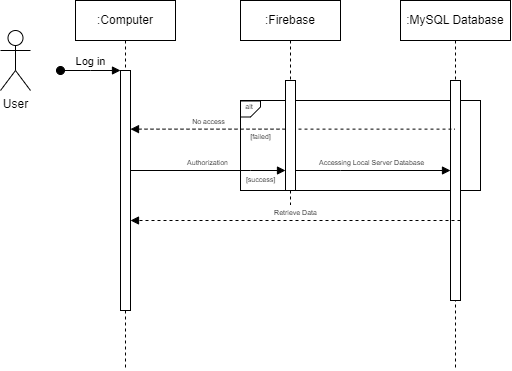
Before: documents/Diagrams/SequenceDiagram.png, a diagram exported from draw.io (Ahmed-Waseem77/valuni). Source tidied: cells renumbered, new cells last; positions are measured from the earlier drawing's top-left corner, leaving out a move shared by most shapes. The source it was exported from:
```xml
<mxGraphModel>
  <root>
    <mxCell id="0" />
    <mxCell id="1" parent="0" />
    <mxCell id="2" style="rounded=0;whiteSpace=wrap;html=1;fillColor=none;" parent="1" vertex="1">
      <mxGeometry x="240" y="100" width="240" height="90" as="geometry" />
    </mxCell>
    <mxCell id="3" value=":Computer" style="shape=umlLifeline;perimeter=lifelinePerimeter;whiteSpace=wrap;html=1;newEdgeStyle={&quot;edgeStyle&quot;:&quot;elbowEdgeStyle&quot;,&quot;elbow&quot;:&quot;vertical&quot;,&quot;curved&quot;:0,&quot;rounded&quot;:0};" parent="1" vertex="1">
      <mxGeometry x="75" width="100" height="370" as="geometry" />
    </mxCell>
    <mxCell id="4" style="html=1;points=[];perimeter=orthogonalPerimeter;outlineConnect=0;targetShapes=umlLifeline;portConstraint=eastwest;newEdgeStyle={&quot;edgeStyle&quot;:&quot;elbowEdgeStyle&quot;,&quot;elbow&quot;:&quot;vertical&quot;,&quot;curved&quot;:0,&quot;rounded&quot;:0};" parent="3" vertex="1">
      <mxGeometry x="45" y="70" width="10" height="240" as="geometry" />
    </mxCell>
    <mxCell id="5" value="Log in" style="html=1;verticalAlign=bottom;startArrow=oval;endArrow=block;startSize=8;edgeStyle=elbowEdgeStyle;elbow=vertical;curved=0;rounded=0;" parent="3" edge="1" target="4">
      <mxGeometry relative="1" as="geometry">
        <mxPoint x="-15" y="70" as="sourcePoint" />
      </mxGeometry>
    </mxCell>
    <mxCell id="6" value=":Firebase" style="shape=umlLifeline;perimeter=lifelinePerimeter;whiteSpace=wrap;html=1;newEdgeStyle={&quot;edgeStyle&quot;:&quot;elbowEdgeStyle&quot;,&quot;elbow&quot;:&quot;vertical&quot;,&quot;curved&quot;:0,&quot;rounded&quot;:0};" parent="1" vertex="1">
      <mxGeometry x="240" width="100" height="210" as="geometry" />
    </mxCell>
    <mxCell id="7" style="html=1;points=[];perimeter=orthogonalPerimeter;outlineConnect=0;targetShapes=umlLifeline;portConstraint=eastwest;newEdgeStyle={&quot;edgeStyle&quot;:&quot;elbowEdgeStyle&quot;,&quot;elbow&quot;:&quot;vertical&quot;,&quot;curved&quot;:0,&quot;rounded&quot;:0};" parent="6" vertex="1">
      <mxGeometry x="45" y="80" width="10" height="110" as="geometry" />
    </mxCell>
    <mxCell id="8" value="&lt;font style=&quot;font-size: 7px;&quot;&gt;Authorization&lt;/font&gt;" style="html=1;verticalAlign=bottom;endArrow=block;edgeStyle=elbowEdgeStyle;elbow=vertical;curved=0;rounded=0;" parent="1" edge="1" source="4" target="7">
      <mxGeometry relative="1" as="geometry">
        <Array as="points">
          <mxPoint x="250" y="170" />
          <mxPoint x="230" y="150" />
          <mxPoint x="215" y="80" />
        </Array>
      </mxGeometry>
    </mxCell>
    <mxCell id="9" value="User" style="shape=umlActor;verticalLabelPosition=bottom;verticalAlign=top;html=1;" parent="1" vertex="1">
      <mxGeometry y="30" width="30" height="60" as="geometry" />
    </mxCell>
    <mxCell id="10" value=":MySQL Database" style="shape=umlLifeline;perimeter=lifelinePerimeter;whiteSpace=wrap;html=1;outlineConnect=0;portConstraint=eastwest;newEdgeStyle={&quot;edgeStyle&quot;:&quot;elbowEdgeStyle&quot;,&quot;elbow&quot;:&quot;vertical&quot;,&quot;curved&quot;:0,&quot;rounded&quot;:0};" parent="1" vertex="1">
      <mxGeometry x="400" width="110" height="370" as="geometry" />
    </mxCell>
    <mxCell id="11" style="html=1;points=[];perimeter=orthogonalPerimeter;outlineConnect=0;targetShapes=umlLifeline;portConstraint=eastwest;newEdgeStyle={&quot;edgeStyle&quot;:&quot;elbowEdgeStyle&quot;,&quot;elbow&quot;:&quot;vertical&quot;,&quot;curved&quot;:0,&quot;rounded&quot;:0};" parent="10" vertex="1">
      <mxGeometry x="50" y="80" width="10" height="220" as="geometry" />
    </mxCell>
    <mxCell id="12" value="&lt;h1 style=&quot;line-height: 10%;&quot;&gt;&lt;br&gt;&lt;/h1&gt;" style="shape=card;whiteSpace=wrap;html=1;fillColor=none;rotation=-90;flipH=0;flipV=1;size=10;fontStyle=4;direction=east;" parent="1" vertex="1">
      <mxGeometry x="242" y="98.5" width="16" height="20" as="geometry" />
    </mxCell>
    <mxCell id="13" value="&lt;font style=&quot;font-size: 7px;&quot;&gt;alt&lt;/font&gt;" style="text;html=1;strokeColor=none;fillColor=none;align=center;verticalAlign=middle;whiteSpace=wrap;rounded=0;fontSize=7;" parent="1" vertex="1">
      <mxGeometry x="234" y="96.5" width="30" height="20" as="geometry" />
    </mxCell>
    <mxCell id="14" value="[success]" style="text;html=1;align=center;verticalAlign=middle;strokeColor=none;fillColor=none;fontSize=7;" parent="1" vertex="1">
      <mxGeometry x="235" y="170" width="50" height="20" as="geometry" />
    </mxCell>
    <mxCell id="15" value="[failed]" style="text;html=1;align=center;verticalAlign=middle;strokeColor=none;fillColor=none;fontSize=7;" parent="1" vertex="1">
      <mxGeometry x="240" y="126.5" width="40" height="20" as="geometry" />
    </mxCell>
    <mxCell id="16" value="&lt;font style=&quot;font-size: 7px;&quot;&gt;Accessing Local Server Database&amp;nbsp;&lt;/font&gt;" style="html=1;verticalAlign=bottom;endArrow=block;edgeStyle=elbowEdgeStyle;elbow=vertical;curved=0;rounded=0;" parent="1" edge="1" source="7" target="11">
      <mxGeometry relative="1" as="geometry">
        <Array as="points">
          <mxPoint x="340" y="170" />
          <mxPoint x="395" y="79.7" />
        </Array>
      </mxGeometry>
    </mxCell>
    <mxCell id="17" value="&lt;span style=&quot;font-size: 7px;&quot;&gt;Retrieve Data&lt;/span&gt;" style="html=1;verticalAlign=bottom;endArrow=block;edgeStyle=elbowEdgeStyle;elbow=vertical;curved=0;rounded=0;dashed=1;" parent="1" edge="1" target="4">
      <mxGeometry relative="1" as="geometry">
        <mxPoint x="460" y="220" as="sourcePoint" />
        <Array as="points">
          <mxPoint x="360" y="220" />
          <mxPoint x="375" y="150" />
        </Array>
      </mxGeometry>
    </mxCell>
    <mxCell id="18" value="&lt;font style=&quot;font-size: 7px;&quot;&gt;No access&lt;/font&gt;" style="html=1;verticalAlign=bottom;endArrow=block;edgeStyle=elbowEdgeStyle;elbow=vertical;curved=0;rounded=0;dashed=1;" parent="1" edge="1">
      <mxGeometry relative="1" as="geometry">
        <mxPoint x="285" y="128.6" as="sourcePoint" />
        <mxPoint x="130" y="128.6" as="targetPoint" />
        <Array as="points">
          <mxPoint x="165" y="128.6" />
          <mxPoint x="185" y="108.6" />
          <mxPoint x="200" y="38.6" />
        </Array>
      </mxGeometry>
    </mxCell>
    <mxCell id="19" style="endArrow=none;html=1;rounded=0;dashed=1;" parent="1" edge="1" target="10">
      <mxGeometry relative="1" as="geometry">
        <mxPoint x="298" y="128.6" as="sourcePoint" />
      </mxGeometry>
    </mxCell>
  </root>
</mxGraphModel>
```
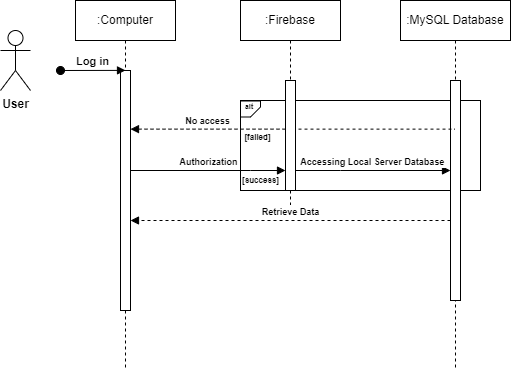
Later version of the same file.

Commit message:
Modifications of diagrams

What changed in the source:
```diff
@@ -11,7 +11,7 @@
     <mxCell id="4" style="html=1;points=[];perimeter=orthogonalPerimeter;outlineConnect=0;targetShapes=umlLifeline;portConstraint=eastwest;newEdgeStyle={&quot;edgeStyle&quot;:&quot;elbowEdgeStyle&quot;,&quot;elbow&quot;:&quot;vertical&quot;,&quot;curved&quot;:0,&quot;rounded&quot;:0};" parent="3" vertex="1">
       <mxGeometry x="45" y="70" width="10" height="240" as="geometry" />
     </mxCell>
-    <mxCell id="5" value="Log in" style="html=1;verticalAlign=bottom;startArrow=oval;endArrow=block;startSize=8;edgeStyle=elbowEdgeStyle;elbow=vertical;curved=0;rounded=0;" parent="3" edge="1" target="4">
+    <mxCell id="5" value="&lt;b&gt;Log in&lt;/b&gt;" style="html=1;verticalAlign=bottom;startArrow=oval;endArrow=block;startSize=8;edgeStyle=elbowEdgeStyle;elbow=vertical;curved=0;rounded=0;" parent="3" edge="1" target="4">
       <mxGeometry relative="1" as="geometry">
         <mxPoint x="-15" y="70" as="sourcePoint" />
       </mxGeometry>
@@ -22,7 +22,7 @@
     <mxCell id="7" style="html=1;points=[];perimeter=orthogonalPerimeter;outlineConnect=0;targetShapes=umlLifeline;portConstraint=eastwest;newEdgeStyle={&quot;edgeStyle&quot;:&quot;elbowEdgeStyle&quot;,&quot;elbow&quot;:&quot;vertical&quot;,&quot;curved&quot;:0,&quot;rounded&quot;:0};" parent="6" vertex="1">
       <mxGeometry x="45" y="80" width="10" height="110" as="geometry" />
     </mxCell>
-    <mxCell id="8" value="&lt;font style=&quot;font-size: 7px;&quot;&gt;Authorization&lt;/font&gt;" style="html=1;verticalAlign=bottom;endArrow=block;edgeStyle=elbowEdgeStyle;elbow=vertical;curved=0;rounded=0;" parent="1" edge="1" source="4" target="7">
+    <mxCell id="8" value="&lt;font size=&quot;1&quot; style=&quot;&quot;&gt;&lt;b style=&quot;font-size: 9px;&quot;&gt;Authorization&lt;/b&gt;&lt;/font&gt;" style="html=1;verticalAlign=bottom;endArrow=block;edgeStyle=elbowEdgeStyle;elbow=vertical;curved=0;rounded=0;" parent="1" edge="1" source="4" target="7">
       <mxGeometry relative="1" as="geometry">
         <Array as="points">
           <mxPoint x="250" y="170" />
@@ -31,7 +31,7 @@
         </Array>
       </mxGeometry>
     </mxCell>
-    <mxCell id="9" value="User" style="shape=umlActor;verticalLabelPosition=bottom;verticalAlign=top;html=1;" parent="1" vertex="1">
+    <mxCell id="9" value="&lt;b&gt;User&lt;/b&gt;" style="shape=umlActor;verticalLabelPosition=bottom;verticalAlign=top;html=1;" parent="1" vertex="1">
       <mxGeometry y="30" width="30" height="60" as="geometry" />
     </mxCell>
     <mxCell id="10" value=":MySQL Database" style="shape=umlLifeline;perimeter=lifelinePerimeter;whiteSpace=wrap;html=1;outlineConnect=0;portConstraint=eastwest;newEdgeStyle={&quot;edgeStyle&quot;:&quot;elbowEdgeStyle&quot;,&quot;elbow&quot;:&quot;vertical&quot;,&quot;curved&quot;:0,&quot;rounded&quot;:0};" parent="1" vertex="1">
@@ -43,16 +43,16 @@
     <mxCell id="12" value="&lt;h1 style=&quot;line-height: 10%;&quot;&gt;&lt;br&gt;&lt;/h1&gt;" style="shape=card;whiteSpace=wrap;html=1;fillColor=none;rotation=-90;flipH=0;flipV=1;size=10;fontStyle=4;direction=east;" parent="1" vertex="1">
       <mxGeometry x="242" y="98.5" width="16" height="20" as="geometry" />
     </mxCell>
-    <mxCell id="13" value="&lt;font style=&quot;font-size: 7px;&quot;&gt;alt&lt;/font&gt;" style="text;html=1;strokeColor=none;fillColor=none;align=center;verticalAlign=middle;whiteSpace=wrap;rounded=0;fontSize=7;" parent="1" vertex="1">
+    <mxCell id="13" value="&lt;font style=&quot;font-size: 7px;&quot;&gt;&lt;b&gt;alt&lt;/b&gt;&lt;/font&gt;" style="text;html=1;strokeColor=none;fillColor=none;align=center;verticalAlign=middle;whiteSpace=wrap;rounded=0;fontSize=7;" parent="1" vertex="1">
       <mxGeometry x="234" y="96.5" width="30" height="20" as="geometry" />
     </mxCell>
-    <mxCell id="14" value="[success]" style="text;html=1;align=center;verticalAlign=middle;strokeColor=none;fillColor=none;fontSize=7;" parent="1" vertex="1">
-      <mxGeometry x="235" y="170" width="50" height="20" as="geometry" />
+    <mxCell id="14" value="&lt;b&gt;&lt;font style=&quot;font-size: 8px;&quot;&gt;[success]&lt;/font&gt;&lt;/b&gt;" style="text;html=1;align=center;verticalAlign=middle;strokeColor=none;fillColor=none;fontSize=7;" parent="1" vertex="1">
+      <mxGeometry x="230" y="170" width="60" height="20" as="geometry" />
     </mxCell>
-    <mxCell id="15" value="[failed]" style="text;html=1;align=center;verticalAlign=middle;strokeColor=none;fillColor=none;fontSize=7;" parent="1" vertex="1">
-      <mxGeometry x="240" y="126.5" width="40" height="20" as="geometry" />
+    <mxCell id="15" value="&lt;b&gt;&lt;font style=&quot;font-size: 8px;&quot;&gt;[failed]&lt;/font&gt;&lt;/b&gt;" style="text;html=1;align=center;verticalAlign=middle;strokeColor=none;fillColor=none;fontSize=7;" parent="1" vertex="1">
+      <mxGeometry x="232" y="126.5" width="50" height="20" as="geometry" />
     </mxCell>
-    <mxCell id="16" value="&lt;font style=&quot;font-size: 7px;&quot;&gt;Accessing Local Server Database&amp;nbsp;&lt;/font&gt;" style="html=1;verticalAlign=bottom;endArrow=block;edgeStyle=elbowEdgeStyle;elbow=vertical;curved=0;rounded=0;" parent="1" edge="1" source="7" target="11">
+    <mxCell id="16" value="&lt;font size=&quot;1&quot; style=&quot;&quot;&gt;&lt;b style=&quot;font-size: 9px;&quot;&gt;Accessing Local Server Database&amp;nbsp;&lt;/b&gt;&lt;/font&gt;" style="html=1;verticalAlign=bottom;endArrow=block;edgeStyle=elbowEdgeStyle;elbow=vertical;curved=0;rounded=0;" parent="1" edge="1" source="7" target="11">
       <mxGeometry relative="1" as="geometry">
         <Array as="points">
           <mxPoint x="340" y="170" />
@@ -60,16 +60,16 @@
         </Array>
       </mxGeometry>
     </mxCell>
-    <mxCell id="17" value="&lt;span style=&quot;font-size: 7px;&quot;&gt;Retrieve Data&lt;/span&gt;" style="html=1;verticalAlign=bottom;endArrow=block;edgeStyle=elbowEdgeStyle;elbow=vertical;curved=0;rounded=0;dashed=1;" parent="1" edge="1" target="4">
+    <mxCell id="17" value="&lt;b style=&quot;&quot;&gt;&lt;font style=&quot;font-size: 9px;&quot;&gt;Retrieve Data&lt;/font&gt;&lt;/b&gt;" style="html=1;verticalAlign=bottom;endArrow=block;edgeStyle=elbowEdgeStyle;elbow=vertical;curved=0;rounded=0;dashed=1;" parent="1" edge="1" target="4">
       <mxGeometry relative="1" as="geometry">
-        <mxPoint x="460" y="220" as="sourcePoint" />
+        <mxPoint x="450" y="220" as="sourcePoint" />
         <Array as="points">
           <mxPoint x="360" y="220" />
           <mxPoint x="375" y="150" />
         </Array>
       </mxGeometry>
     </mxCell>
-    <mxCell id="18" value="&lt;font style=&quot;font-size: 7px;&quot;&gt;No access&lt;/font&gt;" style="html=1;verticalAlign=bottom;endArrow=block;edgeStyle=elbowEdgeStyle;elbow=vertical;curved=0;rounded=0;dashed=1;" parent="1" edge="1">
+    <mxCell id="18" value="&lt;font size=&quot;1&quot; style=&quot;&quot;&gt;&lt;b style=&quot;font-size: 9px;&quot;&gt;No access&lt;/b&gt;&lt;/font&gt;" style="html=1;verticalAlign=bottom;endArrow=block;edgeStyle=elbowEdgeStyle;elbow=vertical;curved=0;rounded=0;dashed=1;" parent="1" edge="1">
       <mxGeometry relative="1" as="geometry">
         <mxPoint x="285" y="128.6" as="sourcePoint" />
         <mxPoint x="130" y="128.6" as="targetPoint" />
```
